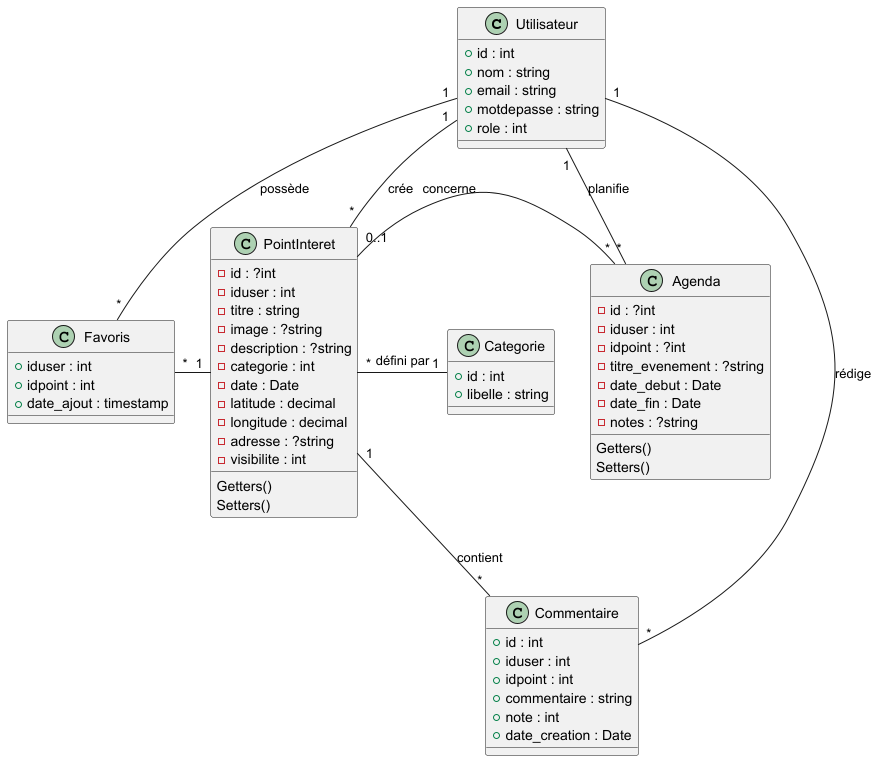
Before: sql/diagram.png, a diagram exported from PlantUML (DioAkaTheWorld/CurioMap).
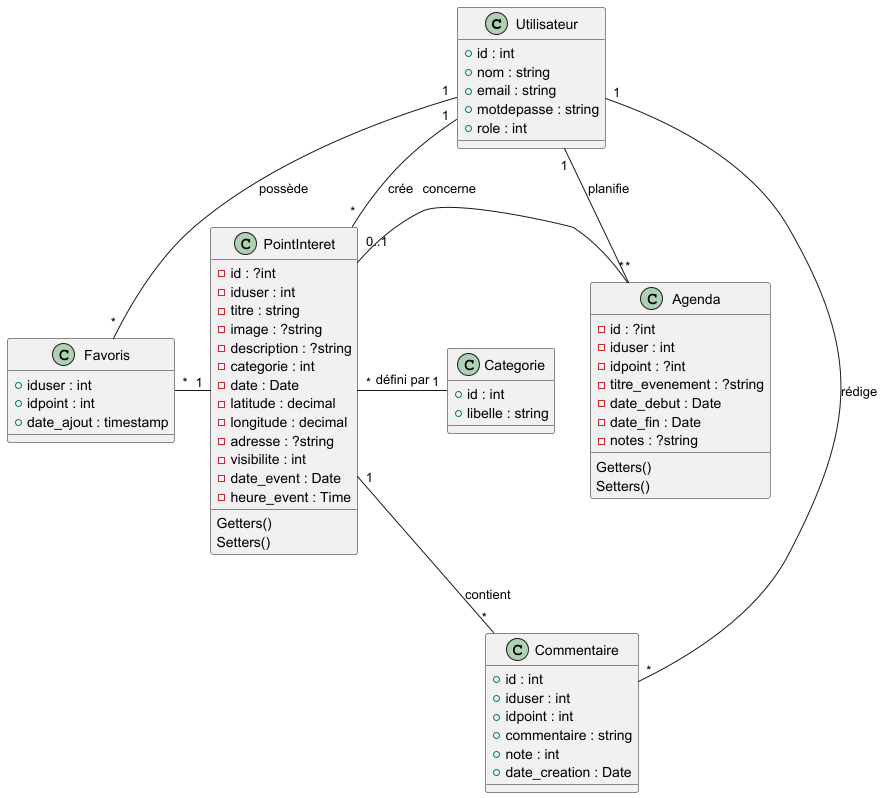
After the change.

Diff of the diagram source:
```diff
@@ -26,6 +26,8 @@
   - longitude : decimal
   - adresse : ?string
   - visibilite : int
+  - date_event : Date
+  - heure_event : Time
   Getters()
   Setters()
 }
```
